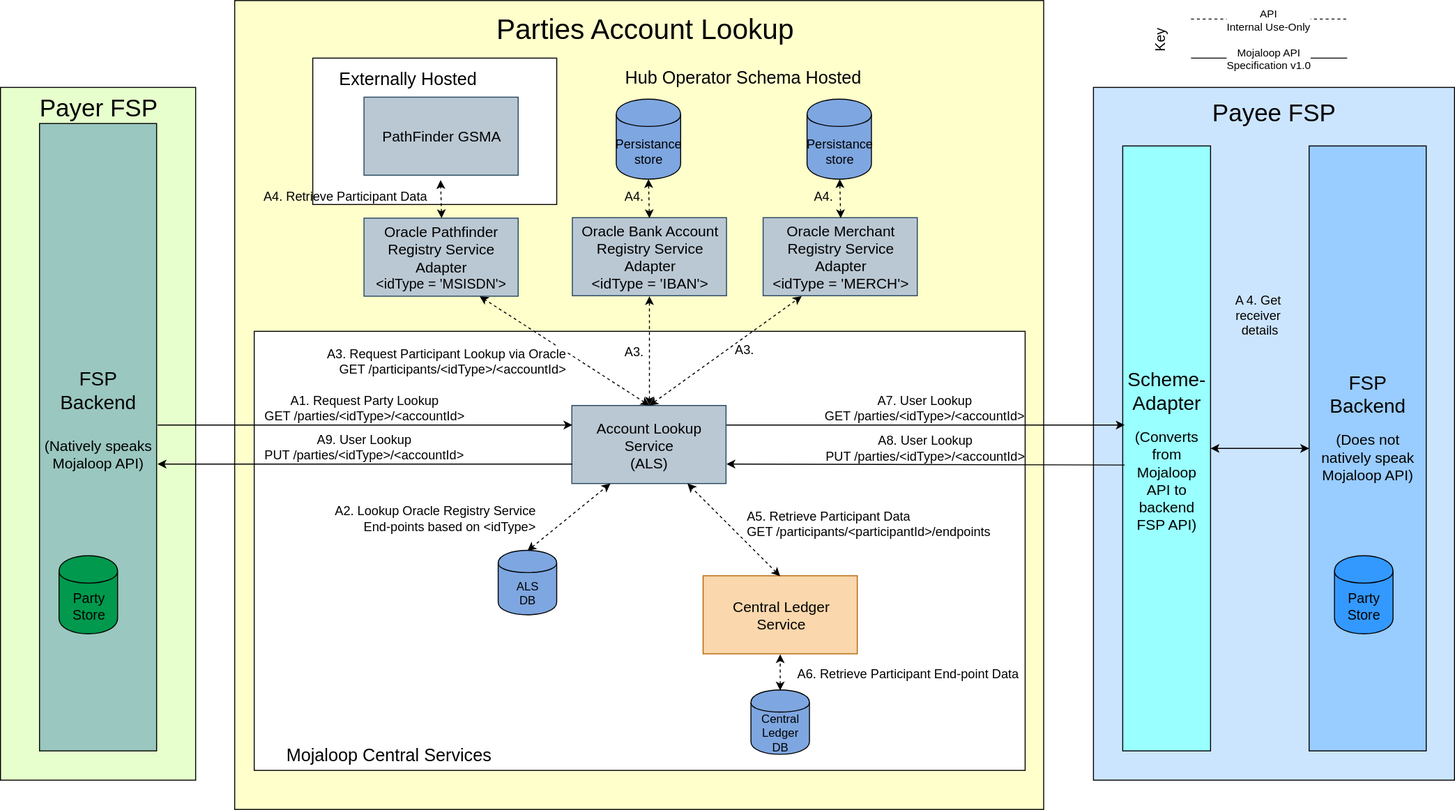
mdebarros/docs keeps this draw.io diagram as Diagrams/ArchitectureDiagrams/Arch-Flow-Account-Lookup-Parties.svg. Above is the earlier version. Source tidied: cells renumbered, new cells last; positions are measured from the earlier drawing's top-left corner, leaving out a move shared by most shapes.
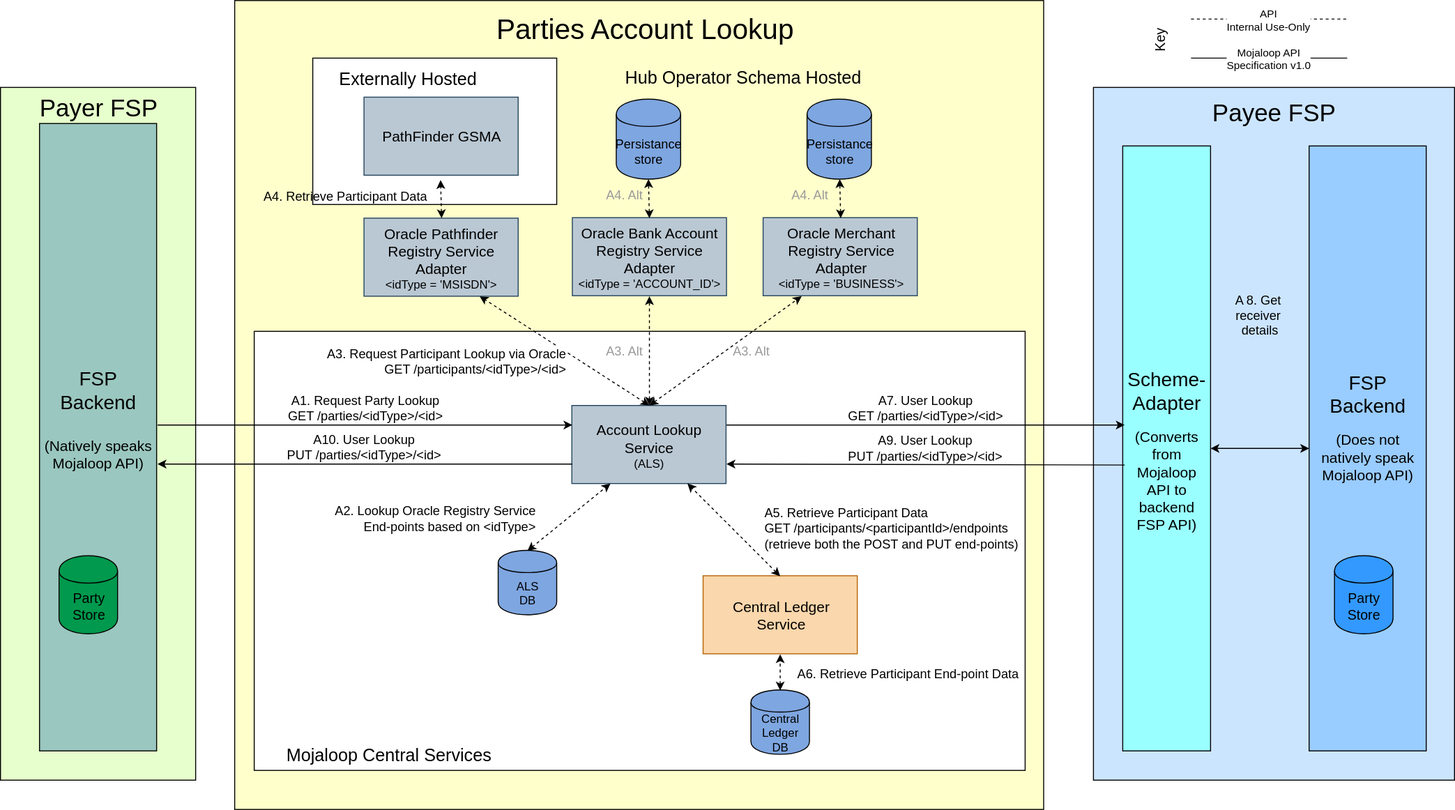
Above is the later version.

Change to the diagram source:
```diff
@@ -17,7 +17,7 @@
     <mxCell id="6" style="rounded=0;whiteSpace=wrap;html=1;fillColor=#ffffff;strokeColor=#000000;fontColor=#000000;" parent="1" vertex="1">
       <mxGeometry x="260" y="339" width="790" height="450" as="geometry" />
     </mxCell>
-    <mxCell id="7" value="&lt;font style=&quot;font-size: 15px&quot;&gt;Account Lookup Service&lt;br&gt;(ALS)&lt;/font&gt;&lt;br&gt;" style="rounded=0;whiteSpace=wrap;html=1;fillColor=#bac8d3;strokeColor=#23445d;fontColor=#000000;" parent="1" vertex="1">
+    <mxCell id="7" value="&lt;font&gt;&lt;span style=&quot;font-size: 15px&quot;&gt;Account Lookup Service&lt;/span&gt;&lt;br&gt;&lt;font style=&quot;font-size: 12px&quot;&gt;(ALS)&lt;/font&gt;&lt;/font&gt;&lt;br&gt;" style="rounded=0;whiteSpace=wrap;html=1;fillColor=#bac8d3;strokeColor=#23445d;fontColor=#000000;" parent="1" vertex="1">
       <mxGeometry x="585.5" y="415" width="158" height="80" as="geometry" />
     </mxCell>
     <mxCell id="8" value="&lt;font&gt;&lt;font&gt;&lt;span style=&quot;font-size: 20px&quot;&gt;FSP&lt;/span&gt;&lt;br&gt;&lt;span style=&quot;font-size: 20px&quot;&gt;Backend&lt;br&gt;&lt;/span&gt;&lt;br&gt;&lt;font style=&quot;font-size: 15px&quot;&gt;(Does not natively speak Mojaloop API)&lt;br&gt;&lt;/font&gt;&lt;/font&gt;&lt;br&gt;&lt;br&gt;&lt;/font&gt;&lt;br&gt;" style="rounded=0;whiteSpace=wrap;html=1;fillColor=#99CCFF;spacingTop=-8;fontColor=#000000;" parent="1" vertex="1">
@@ -44,7 +44,7 @@
     <mxCell id="15" value="&lt;font&gt;Party&lt;br&gt;&lt;/font&gt;Store&lt;br&gt;" style="shape=cylinder;whiteSpace=wrap;html=1;boundedLbl=1;fillColor=#00994D;fontSize=14;fontColor=#000000;" parent="1" vertex="1">
       <mxGeometry x="60" y="569" width="60" height="80" as="geometry" />
     </mxCell>
-    <mxCell id="16" value="A 4. Get&amp;nbsp;&lt;br style=&quot;font-size: 13px&quot;&gt;receiver&amp;nbsp;&lt;br style=&quot;font-size: 13px&quot;&gt;details&lt;br style=&quot;font-size: 13px&quot;&gt;" style="text;html=1;strokeColor=none;fillColor=none;align=center;verticalAlign=middle;whiteSpace=wrap;rounded=0;fontSize=13;fontColor=#000000;" parent="1" vertex="1">
+    <mxCell id="16" value="A 8. Get&amp;nbsp;&lt;br style=&quot;font-size: 13px&quot;&gt;receiver&amp;nbsp;&lt;br style=&quot;font-size: 13px&quot;&gt;details&lt;br style=&quot;font-size: 13px&quot;&gt;" style="text;html=1;strokeColor=none;fillColor=none;align=center;verticalAlign=middle;whiteSpace=wrap;rounded=0;fontSize=13;fontColor=#000000;" parent="1" vertex="1">
       <mxGeometry x="1263" y="315" width="55" height="14" as="geometry" />
     </mxCell>
     <mxCell id="17" style="endArrow=classic;startArrow=classic;html=1;fontSize=12;fontColor=#000000;entryX=0;entryY=0.5;entryDx=0;entryDy=0;exitX=1;exitY=0.5;exitDx=0;exitDy=0;strokeWidth=1;strokeColor=#000000;" parent="1" edge="1" source="9" target="8">
@@ -65,12 +65,12 @@
     <mxCell id="21" style="endArrow=classic;startArrow=classic;html=1;fontColor=#000000;strokeColor=#000000;exitX=0.5;exitY=0;exitDx=0;exitDy=0;entryX=0.75;entryY=1;entryDx=0;entryDy=0;dashed=1;" parent="1" edge="1" source="20" target="7">
       <mxGeometry relative="1" as="geometry" />
     </mxCell>
-    <mxCell id="22" value="A5. Retrieve Participant Data &#10;GET /participants/&lt;participantId&gt;/endpoints&#10;" style="text;align=left;verticalAlign=middle;labelBackgroundColor=none;fontColor=#000000;fontSize=13;" parent="21" vertex="1">
+    <mxCell id="22" value="A5. Retrieve Participant Data &#10;GET /participants/&lt;participantId&gt;/endpoints&#10;(retrieve both the POST and PUT end-points)&#10;" style="text;align=left;verticalAlign=middle;labelBackgroundColor=none;fontColor=#000000;fontSize=13;" parent="21" vertex="1">
       <mxGeometry x="0.08" y="-1" relative="1" as="geometry">
-        <mxPoint x="14.5" y="6" as="offset" />
+        <mxPoint x="32.5" y="10.5" as="offset" />
       </mxGeometry>
     </mxCell>
-    <mxCell id="23" value="A1. Request Party Lookup &lt;br&gt;GET /parties/&amp;lt;idType&amp;gt;/&amp;lt;accountId&amp;gt;" style="endArrow=classic;html=1;labelBackgroundColor=none;strokeColor=#000000;fontSize=13;fontColor=#000000;verticalAlign=bottom;entryX=0;entryY=0.25;entryDx=0;entryDy=0;fillColor=#aa00ff;" parent="1" edge="1" target="7">
+    <mxCell id="23" value="A1. Request Party Lookup &lt;br&gt;GET /parties/&amp;lt;idType&amp;gt;/&amp;lt;id&amp;gt;" style="endArrow=classic;html=1;labelBackgroundColor=none;strokeColor=#000000;fontSize=13;fontColor=#000000;verticalAlign=bottom;entryX=0;entryY=0.25;entryDx=0;entryDy=0;fillColor=#aa00ff;" parent="1" edge="1" target="7">
       <mxGeometry relative="1" as="geometry">
         <mxPoint x="161" y="435" as="sourcePoint" />
       </mxGeometry>
@@ -78,19 +78,19 @@
     <mxCell id="24" style="endArrow=classic;startArrow=classic;html=1;fontSize=13;align=center;labelBackgroundColor=none;strokeColor=#000000;entryX=0.75;entryY=1;entryDx=0;entryDy=0;exitX=0.5;exitY=0;exitDx=0;exitDy=0;dashed=1;" parent="1" edge="1" source="7" target="34">
       <mxGeometry relative="1" as="geometry" />
     </mxCell>
-    <mxCell id="25" value="&lt;font color=&quot;#000000&quot;&gt;A3. Request Participant Lookup via Oracle&lt;br&gt;&lt;/font&gt;&lt;span&gt;GET /participants/&amp;lt;idType&amp;gt;/&amp;lt;&lt;/span&gt;&lt;span&gt;accountId&lt;/span&gt;&lt;span&gt;&amp;gt;&lt;/span&gt;&lt;font color=&quot;#000000&quot;&gt;&lt;br&gt;&lt;/font&gt;" style="text;html=1;align=right;verticalAlign=middle;labelBackgroundColor=#ffffff;fontSize=13;" parent="24" vertex="1">
+    <mxCell id="25" value="&lt;font color=&quot;#000000&quot;&gt;A3. Request Participant Lookup via Oracle&lt;br&gt;&lt;/font&gt;&lt;span&gt;GET /participants/&amp;lt;idType&amp;gt;/&amp;lt;&lt;/span&gt;&lt;span&gt;id&lt;/span&gt;&lt;span&gt;&amp;gt;&lt;/span&gt;&lt;font color=&quot;#000000&quot;&gt;&lt;br&gt;&lt;/font&gt;" style="text;html=1;align=right;verticalAlign=middle;labelBackgroundColor=#ffffff;fontSize=13;" parent="24" vertex="1">
       <mxGeometry x="0.12" relative="1" as="geometry">
         <mxPoint x="12.5" y="17" as="offset" />
       </mxGeometry>
     </mxCell>
-    <mxCell id="26" value="A7. User Lookup &lt;br&gt;GET /parties/&amp;lt;idType&amp;gt;/&amp;lt;accountId&amp;gt;" style="endArrow=classic;html=1;labelBackgroundColor=none;strokeColor=#000000;fontSize=13;fontColor=#000000;exitX=1;exitY=0.25;exitDx=0;exitDy=0;verticalAlign=bottom;entryX=0.02;entryY=0.461;entryDx=0;entryDy=0;entryPerimeter=0;fillColor=#aa00ff;" parent="1" edge="1" source="7" target="9">
+    <mxCell id="26" value="A7. User Lookup &lt;br&gt;GET /parties/&amp;lt;idType&amp;gt;/&amp;lt;id&amp;gt;" style="endArrow=classic;html=1;labelBackgroundColor=none;strokeColor=#000000;fontSize=13;fontColor=#000000;exitX=1;exitY=0.25;exitDx=0;exitDy=0;verticalAlign=bottom;entryX=0.02;entryY=0.461;entryDx=0;entryDy=0;entryPerimeter=0;fillColor=#aa00ff;" parent="1" edge="1" source="7" target="9">
       <mxGeometry relative="1" as="geometry" />
     </mxCell>
-    <mxCell id="27" value="&lt;font style=&quot;font-size: 15px&quot;&gt;Oracle Merchant&lt;br&gt;Registry Service&lt;br&gt;Adapter&lt;br&gt;&lt;span&gt;&amp;lt;idType = 'MERCH'&amp;gt;&lt;/span&gt;&lt;br&gt;&lt;/font&gt;" style="rounded=0;whiteSpace=wrap;html=1;fillColor=#bac8d3;strokeColor=#23445d;fontColor=#000000;" parent="1" vertex="1">
+    <mxCell id="27" value="&lt;font&gt;&lt;span style=&quot;font-size: 15px&quot;&gt;Oracle Merchant&lt;/span&gt;&lt;br&gt;&lt;span style=&quot;font-size: 15px&quot;&gt;Registry Service&lt;/span&gt;&lt;br&gt;&lt;span style=&quot;font-size: 15px&quot;&gt;Adapter&lt;/span&gt;&lt;br&gt;&lt;font style=&quot;font-size: 12px&quot;&gt;&amp;lt;idType = 'BUSINESS'&amp;gt;&lt;/font&gt;&lt;br&gt;&lt;/font&gt;" style="rounded=0;whiteSpace=wrap;html=1;fillColor=#bac8d3;strokeColor=#23445d;fontColor=#000000;" parent="1" vertex="1">
       <mxGeometry x="781.5" y="222.5" width="158" height="80" as="geometry" />
     </mxCell>
-    <mxCell id="28" value="A4." style="endArrow=classic;startArrow=classic;html=1;fontSize=13;align=center;labelBackgroundColor=none;strokeColor=#000000;exitX=0.5;exitY=0;exitDx=0;exitDy=0;entryX=0.5;entryY=1;entryDx=0;entryDy=0;dashed=1;" parent="1" edge="1" source="27" target="19">
-      <mxGeometry x="0.12" y="16" relative="1" as="geometry" />
+    <mxCell id="28" value="&lt;font&gt;A4. Alt&lt;/font&gt;" style="endArrow=classic;startArrow=classic;html=1;fontSize=13;align=center;labelBackgroundColor=none;strokeColor=#000000;exitX=0.5;exitY=0;exitDx=0;exitDy=0;entryX=0.5;entryY=1;entryDx=0;entryDy=0;dashed=1;fontColor=#999999;" parent="1" edge="1" source="27" target="19">
+      <mxGeometry x="0.24" y="30" relative="1" as="geometry" />
     </mxCell>
     <mxCell id="29" value="&lt;font color=&quot;#000000&quot;&gt;&lt;br&gt;&lt;/font&gt;" style="text;html=1;align=right;verticalAlign=middle;labelBackgroundColor=#ffffff;fontSize=13;" parent="28" vertex="1">
       <mxGeometry x="0.12" relative="1" as="geometry">
@@ -100,18 +100,18 @@
     <mxCell id="30" value="&lt;font&gt;Persistance store&lt;/font&gt;" style="shape=cylinder;whiteSpace=wrap;html=1;boundedLbl=1;fillColor=#7EA6E0;fontSize=13;spacingLeft=1;fontColor=#000000;" parent="1" vertex="1">
       <mxGeometry x="631" y="101" width="66" height="82" as="geometry" />
     </mxCell>
-    <mxCell id="31" value="&lt;font style=&quot;font-size: 15px&quot;&gt;Oracle Bank Account&lt;br&gt;Registry Service&lt;br&gt;Adapter&lt;br&gt;&lt;span&gt;&amp;lt;idType = 'IBAN'&amp;gt;&lt;/span&gt;&lt;br&gt;&lt;/font&gt;" style="rounded=0;whiteSpace=wrap;html=1;fillColor=#bac8d3;strokeColor=#23445d;fontColor=#000000;" parent="1" vertex="1">
+    <mxCell id="31" value="&lt;font&gt;&lt;span style=&quot;font-size: 15px&quot;&gt;Oracle Bank Account&lt;/span&gt;&lt;br&gt;&lt;span style=&quot;font-size: 15px&quot;&gt;Registry Service&lt;/span&gt;&lt;br&gt;&lt;span style=&quot;font-size: 15px&quot;&gt;Adapter&lt;/span&gt;&lt;br&gt;&lt;font style=&quot;font-size: 12px&quot;&gt;&amp;lt;idType = 'ACCOUNT_ID'&amp;gt;&lt;/font&gt;&lt;br&gt;&lt;/font&gt;" style="rounded=0;whiteSpace=wrap;html=1;fillColor=#bac8d3;strokeColor=#23445d;fontColor=#000000;" parent="1" vertex="1">
       <mxGeometry x="586" y="222.5" width="158" height="80" as="geometry" />
     </mxCell>
-    <mxCell id="32" value="A4." style="endArrow=classic;startArrow=classic;html=1;fontSize=13;align=center;labelBackgroundColor=none;strokeColor=#000000;exitX=0.5;exitY=0;exitDx=0;exitDy=0;entryX=0.5;entryY=1;entryDx=0;entryDy=0;dashed=1;" parent="1" edge="1" source="31" target="30">
-      <mxGeometry x="0.12" y="14" relative="1" as="geometry" />
+    <mxCell id="32" value="A4. Alt" style="endArrow=classic;startArrow=classic;html=1;fontSize=13;align=center;labelBackgroundColor=none;strokeColor=#000000;exitX=0.5;exitY=0;exitDx=0;exitDy=0;entryX=0.5;entryY=1;entryDx=0;entryDy=0;dashed=1;fontColor=#999999;" parent="1" edge="1" source="31" target="30">
+      <mxGeometry x="0.23" y="24" relative="1" as="geometry" />
     </mxCell>
     <mxCell id="33" value="&lt;font color=&quot;#000000&quot;&gt;&lt;br&gt;&lt;/font&gt;" style="text;html=1;align=right;verticalAlign=middle;labelBackgroundColor=#ffffff;fontSize=13;" parent="32" vertex="1">
       <mxGeometry x="0.12" relative="1" as="geometry">
         <mxPoint x="-9" y="5.5" as="offset" />
       </mxGeometry>
     </mxCell>
-    <mxCell id="34" value="&lt;font&gt;&lt;span style=&quot;font-size: 15px&quot;&gt;Oracle Pathfinder&lt;/span&gt;&lt;br&gt;&lt;span style=&quot;font-size: 15px&quot;&gt;Registry Service&lt;/span&gt;&lt;br&gt;&lt;span style=&quot;font-size: 15px&quot;&gt;Adapter&lt;/span&gt;&lt;br&gt;&lt;font style=&quot;font-size: 14px&quot;&gt;&amp;lt;idType = 'MSISDN'&amp;gt;&lt;/font&gt;&lt;br&gt;&lt;/font&gt;" style="rounded=0;whiteSpace=wrap;html=1;fillColor=#bac8d3;strokeColor=#23445d;fontColor=#000000;" parent="1" vertex="1">
+    <mxCell id="34" value="&lt;font&gt;&lt;span style=&quot;font-size: 15px&quot;&gt;Oracle Pathfinder&lt;/span&gt;&lt;br&gt;&lt;span style=&quot;font-size: 15px&quot;&gt;Registry Service&lt;/span&gt;&lt;br&gt;&lt;span style=&quot;font-size: 15px&quot;&gt;Adapter&lt;/span&gt;&lt;br&gt;&lt;font style=&quot;font-size: 12px&quot;&gt;&amp;lt;idType = 'MSISDN'&amp;gt;&lt;/font&gt;&lt;br&gt;&lt;/font&gt;" style="rounded=0;whiteSpace=wrap;html=1;fillColor=#bac8d3;strokeColor=#23445d;fontColor=#000000;" parent="1" vertex="1">
       <mxGeometry x="372.5" y="223" width="158" height="80" as="geometry" />
     </mxCell>
     <mxCell id="35" value="&lt;div style=&quot;text-align: right&quot;&gt;&lt;span&gt;A4. Retrieve Participant Data&lt;/span&gt;&lt;/div&gt;" style="endArrow=classic;startArrow=classic;html=1;fontSize=13;align=right;labelBackgroundColor=none;strokeColor=#000000;exitX=0.5;exitY=0;exitDx=0;exitDy=0;entryX=0.5;entryY=1;entryDx=0;entryDy=0;dashed=1;" parent="1" edge="1" source="34">
@@ -124,16 +124,16 @@
         <mxPoint x="-9" y="5.5" as="offset" />
       </mxGeometry>
     </mxCell>
-    <mxCell id="37" value="A3." style="endArrow=classic;startArrow=classic;html=1;fontSize=13;align=center;labelBackgroundColor=none;strokeColor=#000000;exitX=0.5;exitY=0;exitDx=0;exitDy=0;entryX=0.5;entryY=1;entryDx=0;entryDy=0;dashed=1;" parent="1" edge="1" source="7" target="31">
-      <mxGeometry x="-0.02" y="15" relative="1" as="geometry" />
+    <mxCell id="37" value="A3. Alt" style="endArrow=classic;startArrow=classic;html=1;fontSize=13;align=center;labelBackgroundColor=none;strokeColor=#000000;exitX=0.5;exitY=0;exitDx=0;exitDy=0;entryX=0.5;entryY=1;entryDx=0;entryDy=0;dashed=1;fontColor=#999999;" parent="1" edge="1" source="7" target="31">
+      <mxGeometry y="25" relative="1" as="geometry" />
     </mxCell>
     <mxCell id="38" value="&lt;font color=&quot;#000000&quot;&gt;&lt;br&gt;&lt;/font&gt;" style="text;html=1;align=right;verticalAlign=middle;labelBackgroundColor=#ffffff;fontSize=13;" parent="37" vertex="1">
       <mxGeometry x="0.12" relative="1" as="geometry">
         <mxPoint x="-9" y="5.5" as="offset" />
       </mxGeometry>
     </mxCell>
-    <mxCell id="39" value="A3." style="endArrow=classic;startArrow=classic;html=1;fontSize=13;align=center;labelBackgroundColor=none;strokeColor=#000000;entryX=0.25;entryY=1;entryDx=0;entryDy=0;exitX=0.5;exitY=0;exitDx=0;exitDy=0;dashed=1;" parent="1" edge="1" source="7" target="27">
-      <mxGeometry x="0.17" y="-11" relative="1" as="geometry" />
+    <mxCell id="39" value="A3. Alt" style="endArrow=classic;startArrow=classic;html=1;fontSize=13;align=center;labelBackgroundColor=none;strokeColor=#000000;entryX=0.25;entryY=1;entryDx=0;entryDy=0;exitX=0.5;exitY=0;exitDx=0;exitDy=0;dashed=1;fontColor=#999999;" parent="1" edge="1" source="7" target="27">
+      <mxGeometry x="0.23" y="-16" relative="1" as="geometry" />
     </mxCell>
     <mxCell id="40" value="&lt;font color=&quot;#000000&quot;&gt;&lt;br&gt;&lt;/font&gt;" style="text;html=1;align=right;verticalAlign=middle;labelBackgroundColor=#ffffff;fontSize=13;" parent="39" vertex="1">
       <mxGeometry x="0.12" relative="1" as="geometry">
@@ -143,10 +143,10 @@
     <mxCell id="41" value="&lt;font style=&quot;font-size: 18px&quot;&gt;Mojaloop Central Services&lt;/font&gt;" style="text;html=1;strokeColor=none;fillColor=none;align=center;verticalAlign=middle;whiteSpace=wrap;rounded=0;fontSize=29;fontColor=#000000;" parent="1" vertex="1">
       <mxGeometry x="267" y="749" width="262" height="40" as="geometry" />
     </mxCell>
-    <mxCell id="42" value="A8. User Lookup &lt;br&gt;PUT /parties/&amp;lt;idType&amp;gt;/&amp;lt;accountId&amp;gt;" style="endArrow=classic;html=1;labelBackgroundColor=none;strokeColor=#000000;fontSize=13;fontColor=#000000;exitX=0.02;exitY=0.528;exitDx=0;exitDy=0;verticalAlign=bottom;entryX=1;entryY=0.75;entryDx=0;entryDy=0;fillColor=#aa00ff;exitPerimeter=0;" parent="1" edge="1" source="9" target="7">
+    <mxCell id="42" value="A9. User Lookup &lt;br&gt;PUT /parties/&amp;lt;idType&amp;gt;/&amp;lt;id&amp;gt;" style="endArrow=classic;html=1;labelBackgroundColor=none;strokeColor=#000000;fontSize=13;fontColor=#000000;exitX=0.02;exitY=0.528;exitDx=0;exitDy=0;verticalAlign=bottom;entryX=1;entryY=0.75;entryDx=0;entryDy=0;fillColor=#aa00ff;exitPerimeter=0;" parent="1" edge="1" source="9" target="7">
       <mxGeometry relative="1" as="geometry" />
     </mxCell>
-    <mxCell id="43" value="A9. User Lookup &lt;br&gt;PUT /parties/&amp;lt;idType&amp;gt;/&amp;lt;accountId&amp;gt;" style="endArrow=classic;html=1;labelBackgroundColor=none;strokeColor=#000000;fontSize=13;fontColor=#000000;exitX=0;exitY=0.75;exitDx=0;exitDy=0;verticalAlign=bottom;fillColor=#aa00ff;entryX=1.007;entryY=0.542;entryDx=0;entryDy=0;entryPerimeter=0;" parent="1" edge="1" source="7" target="10">
+    <mxCell id="43" value="A10. User Lookup &lt;br&gt;PUT /parties/&amp;lt;idType&amp;gt;/&amp;lt;id&amp;gt;" style="endArrow=classic;html=1;labelBackgroundColor=none;strokeColor=#000000;fontSize=13;fontColor=#000000;exitX=0;exitY=0.75;exitDx=0;exitDy=0;verticalAlign=bottom;fillColor=#aa00ff;entryX=1.007;entryY=0.542;entryDx=0;entryDy=0;entryPerimeter=0;" parent="1" edge="1" source="7" target="10">
       <mxGeometry relative="1" as="geometry" />
     </mxCell>
     <mxCell id="44" value="Central Ledger DB" style="shape=cylinder;whiteSpace=wrap;html=1;boundedLbl=1;fillColor=#7EA6E0;fontColor=#000000;" parent="1" vertex="1">
```
